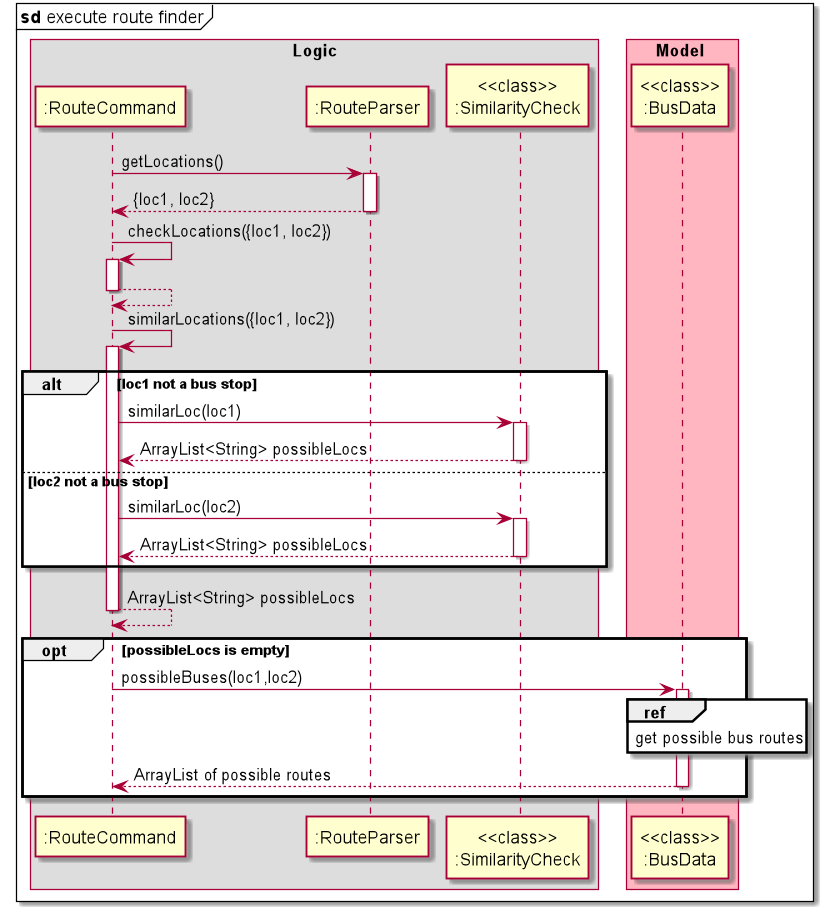
This is docs/DG_Diagrams/RouteCommandInternal.png from nus-cs2113-AY2021S1/tp, a PlantUML export, as it was before one commit. The source it was exported from:
```plantuml
@startuml
mainframe **sd** execute route finder
skinparam BoxPadding 10
box Logic
":RouteCommand" -> ":RouteParser": getLocations()
activate ":RouteParser"
":RouteCommand" <-- ":RouteParser": {loc1, loc2}
deactivate ":RouteParser"

":RouteCommand" -> ":RouteCommand":checkLocations({loc1, loc2})
activate ":RouteCommand"
":RouteCommand" <-- ":RouteCommand"
deactivate ":RouteCommand"

":RouteCommand" -> ":RouteCommand":similarLocations({loc1, loc2})
activate ":RouteCommand"

alt loc1 not a bus stop
":RouteCommand"->"<<class>>\n:SimilarityCheck": similarLoc(loc1)
activate "<<class>>\n:SimilarityCheck"
":RouteCommand"<--"<<class>>\n:SimilarityCheck": ArrayList<String> possibleLocs
deactivate "<<class>>\n:SimilarityCheck"
else loc2 not a bus stop
":RouteCommand"->"<<class>>\n:SimilarityCheck": similarLoc(loc2)
activate "<<class>>\n:SimilarityCheck"
":RouteCommand"<--"<<class>>\n:SimilarityCheck": ArrayList<String> possibleLocs
deactivate "<<class>>\n:SimilarityCheck"
end

":RouteCommand" <-- ":RouteCommand": ArrayList<String> possibleLocs
deactivate ":RouteCommand"
opt possibleLocs is empty
end box

box Model #lightPink
":RouteCommand" -> "<<class>>\n:BusData":possibleBuses(loc1,loc2)
activate "<<class>>\n:BusData"
ref over "<<class>>\n:BusData"
get possible bus routes
end ref
":RouteCommand" <-- "<<class>>\n:BusData": ArrayList of possible routes
deactivate "<<class>>\n:BusData"
end
end box
@enduml
```
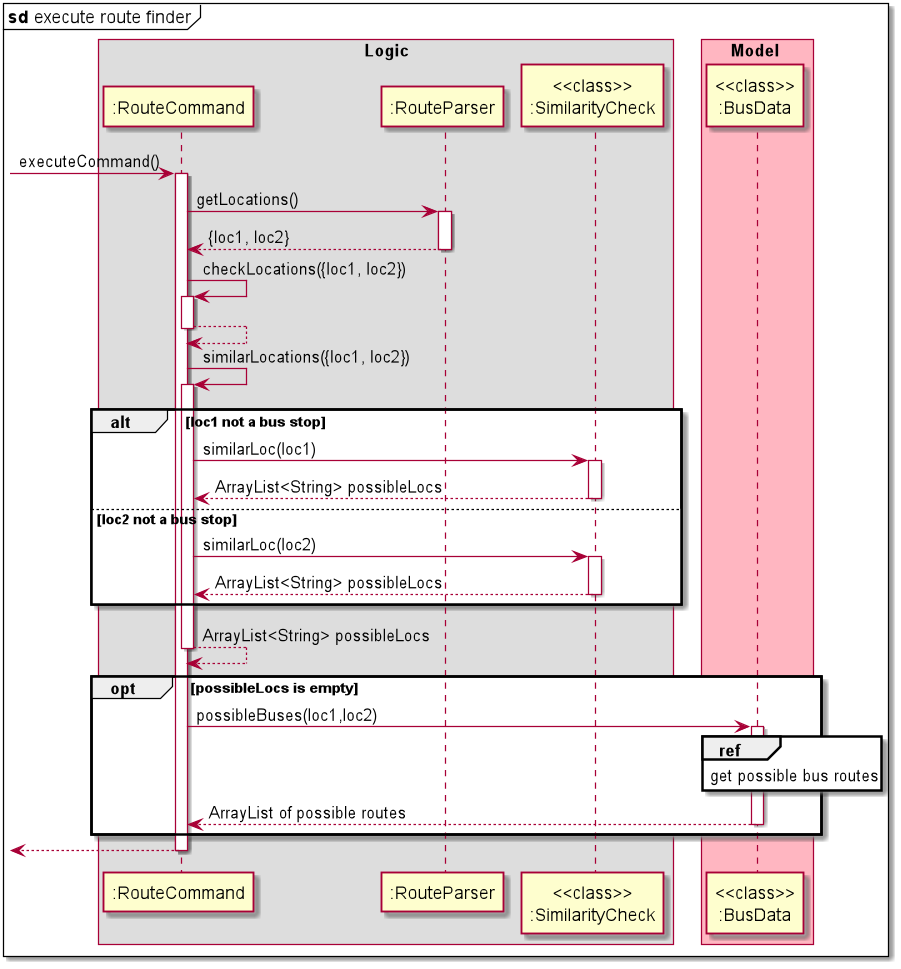
Above is the later version.

The edit, as a diff of the source:
```diff
@@ -2,6 +2,8 @@
 mainframe **sd** execute route finder
 skinparam BoxPadding 10
 box Logic
+[-> ":RouteCommand":executeCommand()
+activate ":RouteCommand"
 ":RouteCommand" -> ":RouteParser": getLocations()
 activate ":RouteParser"
 ":RouteCommand" <-- ":RouteParser": {loc1, loc2}
@@ -42,4 +44,6 @@
 deactivate "<<class>>\n:BusData"
 end
 end box
+[<-- ":RouteCommand"
+deactivate ":RouteCommand"
 @enduml
```
